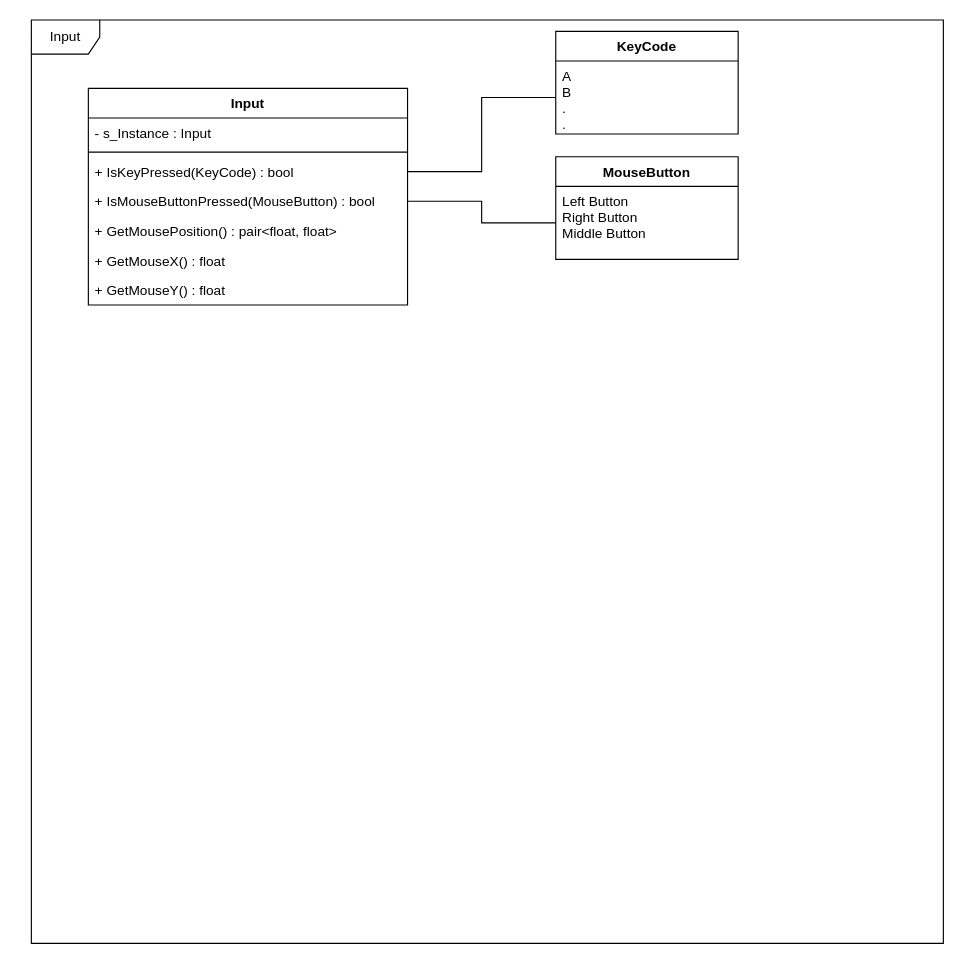
Above: page "Input" (2 of 13) of UMLDiagram.drawio in hazN/ECS_Engine (draw.io), before the change. Source tidied: cells renumbered, new cells numbered last; positions are measured from the earlier drawing's top-left corner, leaving out a move shared by most shapes. Both pictures are drawn from the tidied source at 114%, with x=0, y=0 at pixel (31, 19).
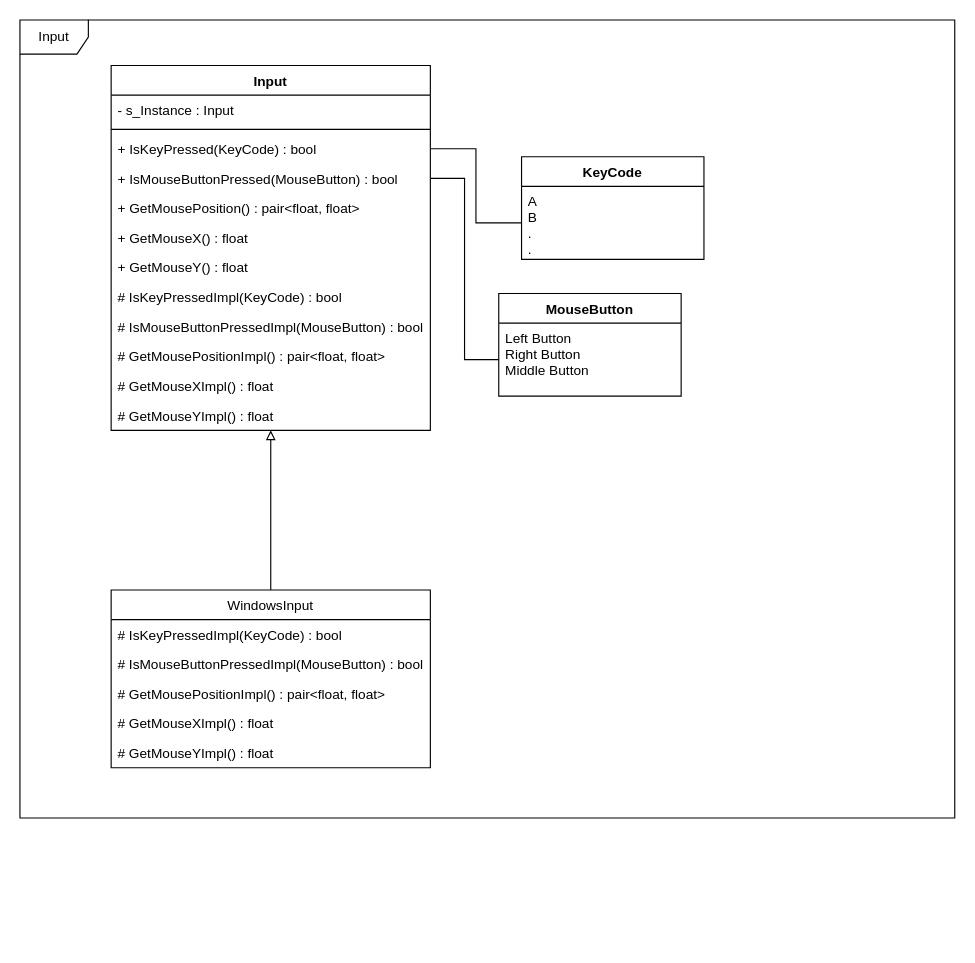
The same page after the edit.

The change refers to these unchanged cells:
```xml
<mxCell id="4" value="A&#10;B&#10;.&#10;.&#10;.&#10;" style="text;strokeColor=none;fillColor=none;align=left;verticalAlign=top;spacingLeft=4;spacingRight=4;overflow=hidden;points=[[0,0.5],[1,0.5]];portConstraint=eastwest;" parent="3" vertex="1">
  <mxGeometry y="26" width="160" height="64" as="geometry" />
</mxCell>
<mxCell id="12" value="+ IsKeyPressed(KeyCode) : bool" style="text;strokeColor=none;fillColor=none;align=left;verticalAlign=top;spacingLeft=4;spacingRight=4;overflow=hidden;points=[[0,0.5],[1,0.5]];portConstraint=eastwest;" parent="9" vertex="1">
  <mxGeometry y="60" width="280" height="26" as="geometry" />
</mxCell>
```

Change to the diagram source:
```diff
@@
     <mxCell id="2" value="Input" style="shape=umlFrame;whiteSpace=wrap;html=1;" parent="1" vertex="1">
-      <mxGeometry width="800" height="810" as="geometry" />
+      <mxGeometry x="-10" width="820" height="700" as="geometry" />
     </mxCell>
     <mxCell id="3" value="KeyCode" style="swimlane;fontStyle=1;align=center;verticalAlign=top;horizontal=1;startSize=26;" parent="1" vertex="1">
-      <mxGeometry x="460" y="10" width="160" height="90" as="geometry" />
+      <mxGeometry x="430" y="120" width="160" height="90" as="geometry" />
     </mxCell>
@@
-    <mxCell id="5" style="edgeStyle=orthogonalEdgeStyle;rounded=0;jettySize=auto;html=1;exitX=0;exitY=0.5;exitDx=0;exitDy=0;endArrow=none;endFill=0;entryX=1;entryY=0.5;entryDx=0;entryDy=0;" parent="1" edge="1" source="4" target="12">
-      <mxGeometry relative="1" as="geometry" />
-    </mxCell>
     <mxCell id="6" value="MouseButton" style="swimlane;fontStyle=1;align=center;verticalAlign=top;horizontal=1;startSize=26;" parent="1" vertex="1">
-      <mxGeometry x="460" y="120" width="160" height="90" as="geometry" />
+      <mxGeometry x="410" y="240" width="160" height="90" as="geometry" />
     </mxCell>
@@
     <mxCell id="9" value="Input" style="swimlane;fontStyle=1;align=center;verticalAlign=top;horizontal=1;startSize=26;" parent="1" vertex="1">
-      <mxGeometry x="50" y="60" width="280" height="190" as="geometry" />
+      <mxGeometry x="70" y="40" width="280" height="320" as="geometry" />
     </mxCell>
@@
+    <mxCell id="17" value="# IsKeyPressedImpl(KeyCode) : bool" style="text;strokeColor=none;fillColor=none;align=left;verticalAlign=top;spacingLeft=4;spacingRight=4;overflow=hidden;" parent="9" vertex="1">
+      <mxGeometry y="190" width="280" height="26" as="geometry" />
+    </mxCell>
+    <mxCell id="18" value="# IsMouseButtonPressedImpl(MouseButton) : bool" style="text;strokeColor=none;fillColor=none;align=left;verticalAlign=top;spacingLeft=4;spacingRight=4;overflow=hidden;" parent="9" vertex="1">
+      <mxGeometry y="216" width="280" height="26" as="geometry" />
+    </mxCell>
+    <mxCell id="19" value="# GetMousePositionImpl() : pair&lt;float, float&gt;&#10; " style="text;strokeColor=none;fillColor=none;align=left;verticalAlign=top;spacingLeft=4;spacingRight=4;overflow=hidden;" parent="9" vertex="1">
+      <mxGeometry y="242" width="280" height="26" as="geometry" />
+    </mxCell>
+    <mxCell id="20" value="# GetMouseXImpl() : float" style="text;strokeColor=none;fillColor=none;align=left;verticalAlign=top;spacingLeft=4;spacingRight=4;overflow=hidden;" parent="9" vertex="1">
+      <mxGeometry y="268" width="280" height="26" as="geometry" />
+    </mxCell>
+    <mxCell id="21" value="# GetMouseYImpl() : float" style="text;strokeColor=none;fillColor=none;align=left;verticalAlign=top;spacingLeft=4;spacingRight=4;overflow=hidden;" parent="9" vertex="1">
+      <mxGeometry y="294" width="280" height="26" as="geometry" />
+    </mxCell>
+    <mxCell id="22" style="edgeStyle=orthogonalEdgeStyle;rounded=0;jettySize=auto;html=1;exitX=0.5;exitY=0;exitDx=0;exitDy=0;endArrow=block;endFill=0;" parent="1" edge="1" source="23" target="9">
+      <mxGeometry relative="1" as="geometry" />
+    </mxCell>
+    <mxCell id="23" value="WindowsInput" style="swimlane;fontStyle=0;horizontal=1;startSize=26;fillColor=none;" parent="1" vertex="1">
+      <mxGeometry x="70" y="500" width="280" height="156" as="geometry" />
+    </mxCell>
+    <mxCell id="24" value="# IsKeyPressedImpl(KeyCode) : bool" style="text;strokeColor=none;fillColor=none;align=left;verticalAlign=top;spacingLeft=4;spacingRight=4;overflow=hidden;" parent="23" vertex="1">
+      <mxGeometry y="26" width="280" height="26" as="geometry" />
+    </mxCell>
+    <mxCell id="25" value="# IsMouseButtonPressedImpl(MouseButton) : bool" style="text;strokeColor=none;fillColor=none;align=left;verticalAlign=top;spacingLeft=4;spacingRight=4;overflow=hidden;" parent="23" vertex="1">
+      <mxGeometry y="52" width="280" height="26" as="geometry" />
+    </mxCell>
+    <mxCell id="26" value="# GetMousePositionImpl() : pair&lt;float, float&gt;&#10; " style="text;strokeColor=none;fillColor=none;align=left;verticalAlign=top;spacingLeft=4;spacingRight=4;overflow=hidden;" parent="23" vertex="1">
+      <mxGeometry y="78" width="280" height="26" as="geometry" />
+    </mxCell>
+    <mxCell id="27" value="# GetMouseXImpl() : float" style="text;strokeColor=none;fillColor=none;align=left;verticalAlign=top;spacingLeft=4;spacingRight=4;overflow=hidden;" parent="23" vertex="1">
+      <mxGeometry y="104" width="280" height="26" as="geometry" />
+    </mxCell>
+    <mxCell id="28" value="# GetMouseYImpl() : float" style="text;strokeColor=none;fillColor=none;align=left;verticalAlign=top;spacingLeft=4;spacingRight=4;overflow=hidden;" parent="23" vertex="1">
+      <mxGeometry y="130" width="280" height="26" as="geometry" />
+    </mxCell>
+    <mxCell id="29" style="edgeStyle=orthogonalEdgeStyle;rounded=0;jettySize=auto;html=1;exitX=1;exitY=0.5;exitDx=0;exitDy=0;endArrow=none;endFill=0;entryX=0;entryY=0.5;entryDx=0;entryDy=0;" parent="1" edge="1" source="12" target="4">
+      <mxGeometry relative="1" as="geometry" />
+    </mxCell>
```
